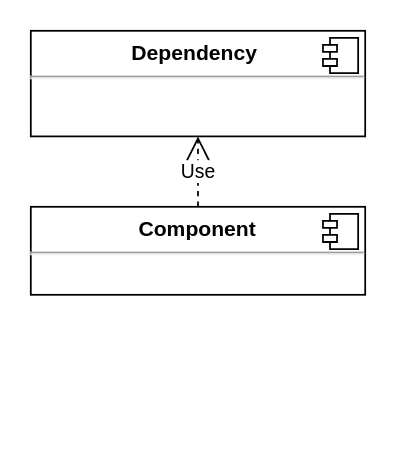
Above: content/posts/094-dependencies/diagrams/stable.drawio in panzerdp/dmitripavlutin.com (draw.io), before the change. Source tidied: cells renumbered, new cells numbered last; positions are measured from the earlier drawing's top-left corner, leaving out a move shared by most shapes. Both pictures are drawn from the tidied source at 176%, with x=0, y=0 at pixel (30, 30).
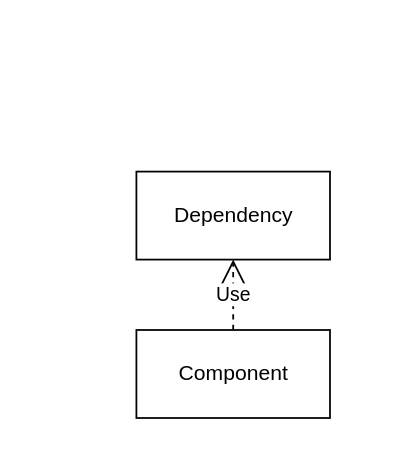
The same page after the edit.

Diff of the diagram source:
```diff
@@
 <mxGraphModel>
   <root>
     <mxCell id="0" />
     <mxCell id="1" parent="0" />
-    <mxCell id="2" value="&lt;p style=&quot;margin: 0px ; margin-top: 6px ; text-align: center&quot;&gt;&lt;b&gt;Component&lt;/b&gt;&lt;/p&gt;&lt;hr&gt;&lt;p style=&quot;margin: 0px ; margin-left: 8px&quot;&gt;&lt;br&gt;&lt;/p&gt;" style="align=left;overflow=fill;html=1;" parent="1" vertex="1">
-      <mxGeometry y="100" width="190" height="50" as="geometry" />
+    <mxCell id="2" value="Component" style="html=1;" parent="1" vertex="1">
+      <mxGeometry x="60" y="170" width="110" height="50" as="geometry" />
     </mxCell>
-    <mxCell id="3" style="shape=component;jettyWidth=8;jettyHeight=4;" parent="2" vertex="1">
-      <mxGeometry x="1" width="20" height="20" relative="1" as="geometry">
-        <mxPoint x="-24" y="4" as="offset" />
-      </mxGeometry>
-    </mxCell>
+    <mxCell id="5" value="Dependency" style="html=1;" parent="1" vertex="1">
+      <mxGeometry x="60" y="80" width="110" height="50" as="geometry" />
+    </mxCell>
-    <mxCell id="4" value="Use" style="endArrow=open;endSize=12;dashed=1;html=1;entryX=0.5;entryY=1;entryDx=0;entryDy=0;" parent="1" edge="1" source="2">
-      <mxGeometry relative="1" as="geometry">
-        <mxPoint x="95" y="60" as="targetPoint" />
-      </mxGeometry>
+    <mxCell id="4" value="Use" style="endArrow=open;endSize=12;dashed=1;html=1;entryX=0.5;entryY=1;entryDx=0;entryDy=0;" parent="1" edge="1" source="2" target="5">
+      <mxGeometry relative="1" as="geometry" />
     </mxCell>
-    <mxCell id="5" value="&lt;p style=&quot;margin: 0px ; margin-top: 6px ; text-align: center&quot;&gt;&lt;b&gt;Dependency&amp;nbsp;&lt;/b&gt;&lt;/p&gt;&lt;hr&gt;&lt;p style=&quot;margin: 0px ; margin-left: 8px&quot;&gt;&lt;br&gt;&lt;/p&gt;" style="align=left;overflow=fill;html=1;" parent="1" vertex="1">
-      <mxGeometry width="190" height="60" as="geometry" />
-    </mxCell>
-    <mxCell id="6" style="shape=component;jettyWidth=8;jettyHeight=4;" parent="5" vertex="1">
-      <mxGeometry x="1" width="20" height="20" relative="1" as="geometry">
-        <mxPoint x="-24" y="4" as="offset" />
-      </mxGeometry>
-    </mxCell>
   </root>
 </mxGraphModel>
```
